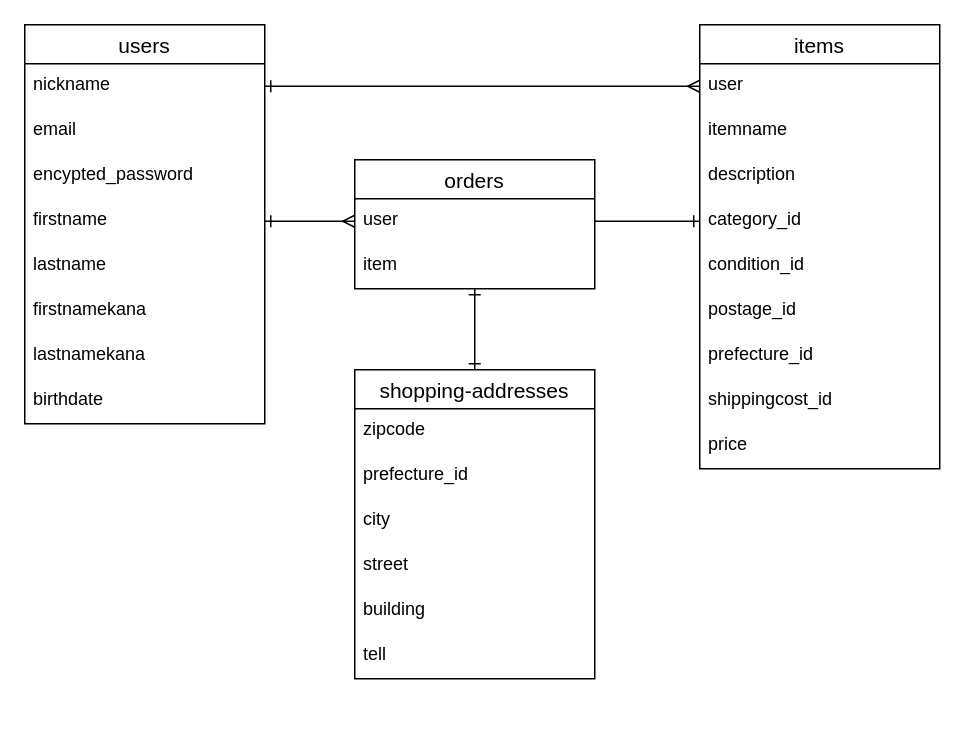
Before: te.dio in A-myoen/furima-40542, a draw.io diagram. Source tidied: cells renumbered, new cells numbered last; positions are measured from the earlier drawing's top-left corner, leaving out a move shared by most shapes. Both pictures are drawn from the tidied source at 150%, with x=0, y=0 at pixel (24, 24).
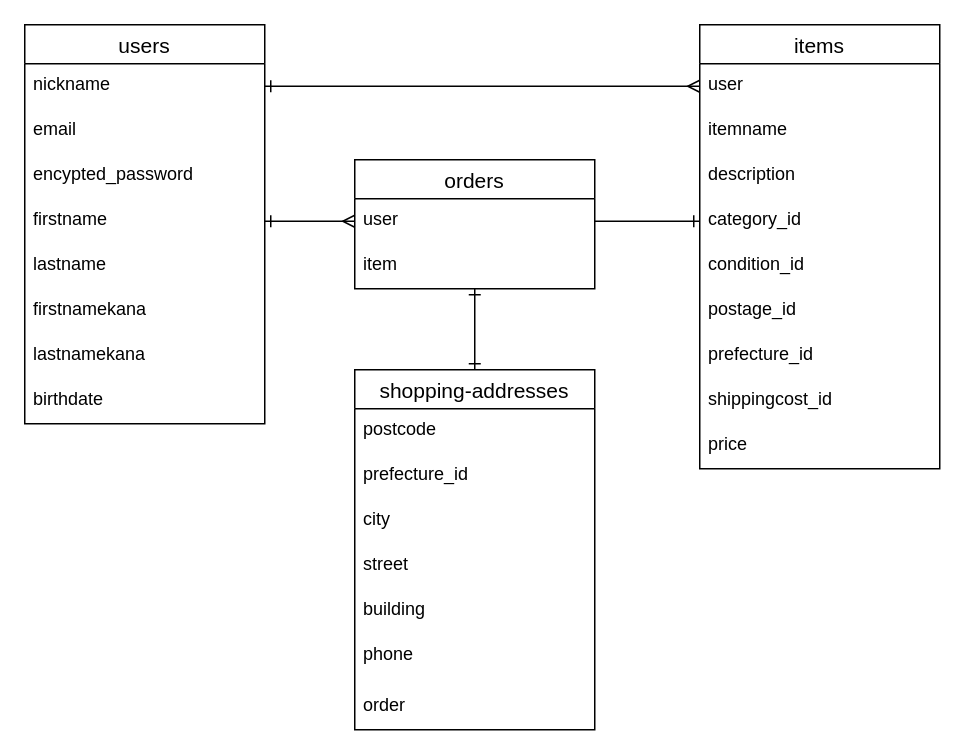
The same page after the edit.

The edit, as a diff of the source:
```diff
@@
     <mxCell id="24" value="shopping-addresses" style="swimlane;fontStyle=0;horizontal=1;startSize=26;align=center;fontSize=14;" parent="1" vertex="1">
-      <mxGeometry x="220" y="230" width="160" height="206" as="geometry" />
+      <mxGeometry x="220" y="230" width="160" height="240" as="geometry" />
     </mxCell>
-    <mxCell id="25" value="zipcode" style="text;strokeColor=none;fillColor=none;spacingLeft=4;spacingRight=4;overflow=hidden;fontSize=12;" parent="24" vertex="1">
+    <mxCell id="25" value="postcode" style="text;strokeColor=none;fillColor=none;spacingLeft=4;spacingRight=4;overflow=hidden;fontSize=12;" parent="24" vertex="1">
       <mxGeometry y="26" width="160" height="30" as="geometry" />
     </mxCell>
@@
-    <mxCell id="30" value="tell" style="text;strokeColor=none;fillColor=none;spacingLeft=4;spacingRight=4;overflow=hidden;fontSize=12;" parent="24" vertex="1">
-      <mxGeometry y="176" width="160" height="30" as="geometry" />
+    <mxCell id="30" value="phone" style="text;strokeColor=none;fillColor=none;spacingLeft=4;spacingRight=4;overflow=hidden;fontSize=12;" parent="24" vertex="1">
+      <mxGeometry y="176" width="160" height="34" as="geometry" />
     </mxCell>
+    <mxCell id="35" value="order" style="text;strokeColor=none;fillColor=none;spacingLeft=4;spacingRight=4;overflow=hidden;fontSize=12;" parent="24" vertex="1">
+      <mxGeometry y="210" width="160" height="30" as="geometry" />
+    </mxCell>
```
